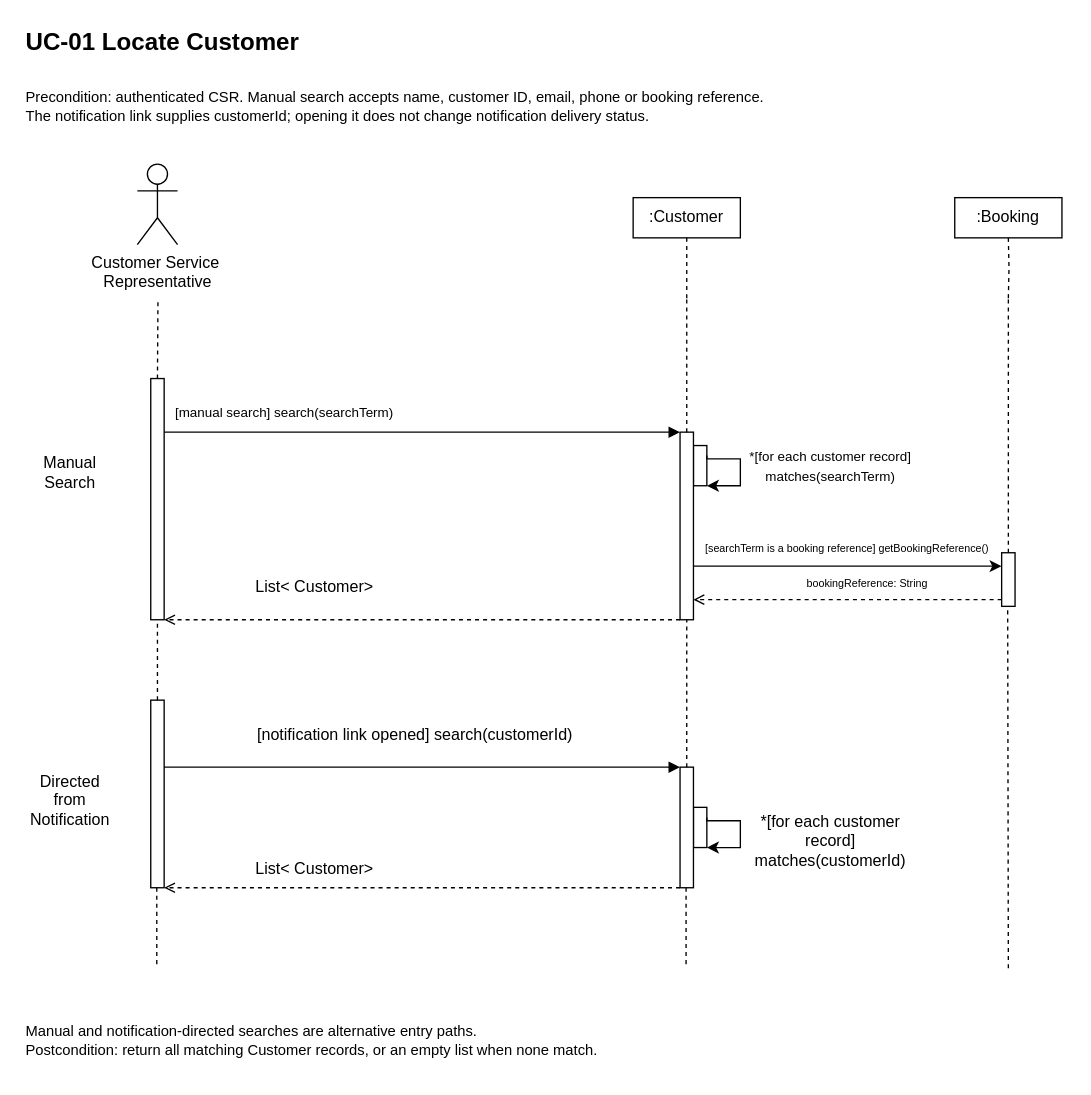
Earlier version of the draw.io diagram Project/Behavioral_Modeling/Sequence_Diagrams/UC1Update.drawio (COE420-lab-Team6-Project-CRM/AirlineCRM). Source tidied: cells renumbered, new cells numbered last; positions are measured from the earlier drawing's top-left corner, leaving out a move shared by most shapes. Both pictures are drawn from the tidied source at 134%, with x=0, y=0 at pixel (23, 23).
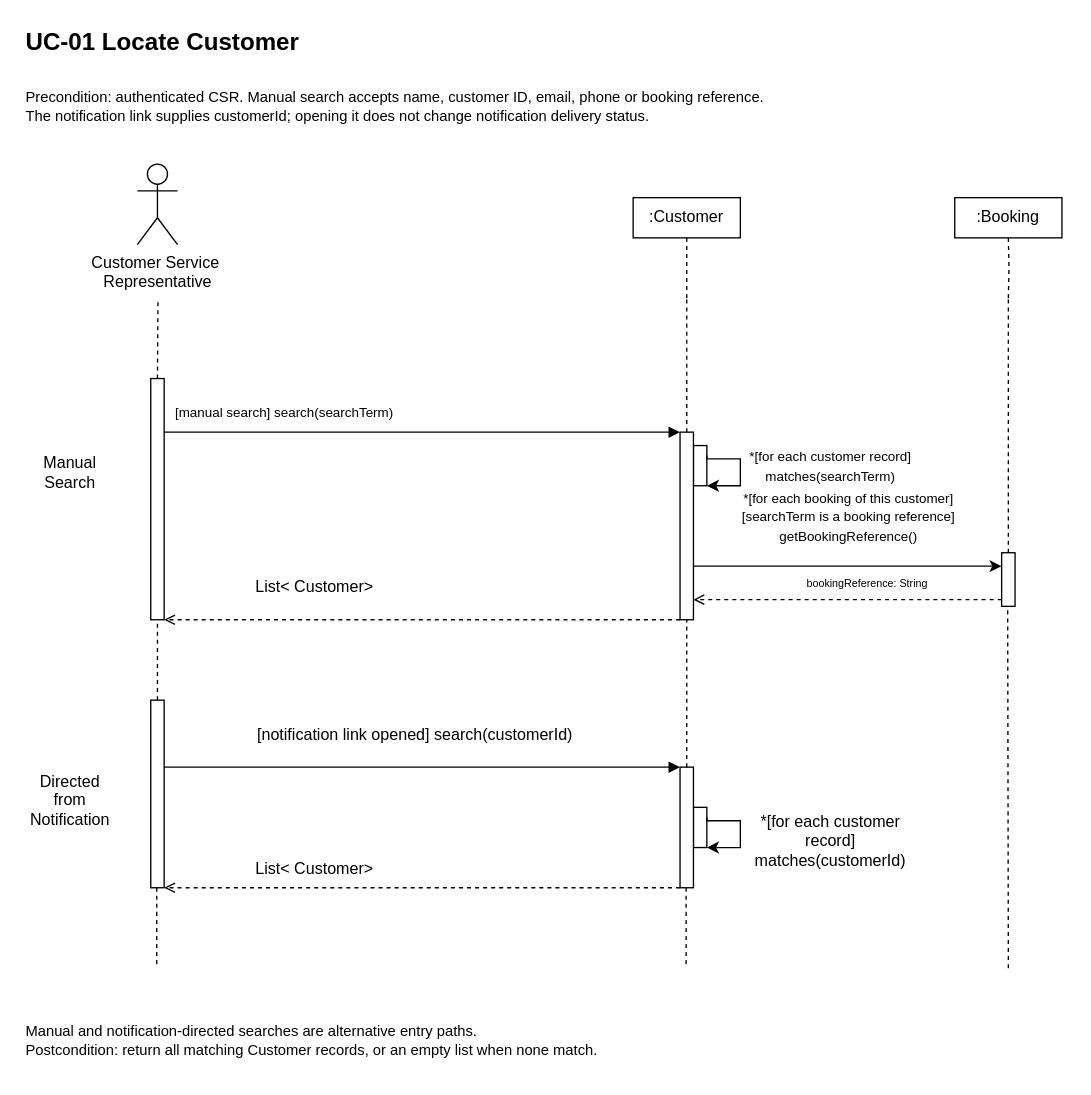
Above is the later version.

The edit, as a diff of the source:
```diff
@@
-    <mxCell id="18" value="&lt;p style=&quot;margin: 0px; font-style: normal; font-variant-caps: normal; font-width: normal; line-height: normal; font-size-adjust: none; font-kerning: auto; font-variant-alternates: normal; font-variant-ligatures: normal; font-variant-numeric: normal; font-variant-east-asian: normal; font-variant-position: normal; font-variant-emoji: normal; font-feature-settings: normal; font-optical-sizing: auto; font-variation-settings: normal;&quot;&gt;&lt;font style=&quot;font-size: 8px;&quot;&gt;[searchTerm is a booking reference] getBookingReference()&lt;/font&gt;&lt;/p&gt;" style="text;html=1;whiteSpace=wrap;strokeColor=none;fillColor=none;align=center;verticalAlign=middle;rounded=0;" parent="1" vertex="1">
-      <mxGeometry x="465" y="375" width="300" height="30" as="geometry" />
+    <mxCell id="18" value="&lt;font style=&quot;font-size: 10px;&quot;&gt;*[for each booking of this customer]&lt;br&gt;[searchTerm is a booking reference]&lt;br&gt;getBookingReference()&lt;/font&gt;" style="text;html=1;whiteSpace=wrap;strokeColor=none;fillColor=none;align=center;verticalAlign=middle;rounded=0;" parent="1" vertex="1">
+      <mxGeometry x="505" y="343" width="222" height="50" as="geometry" />
     </mxCell>
```
